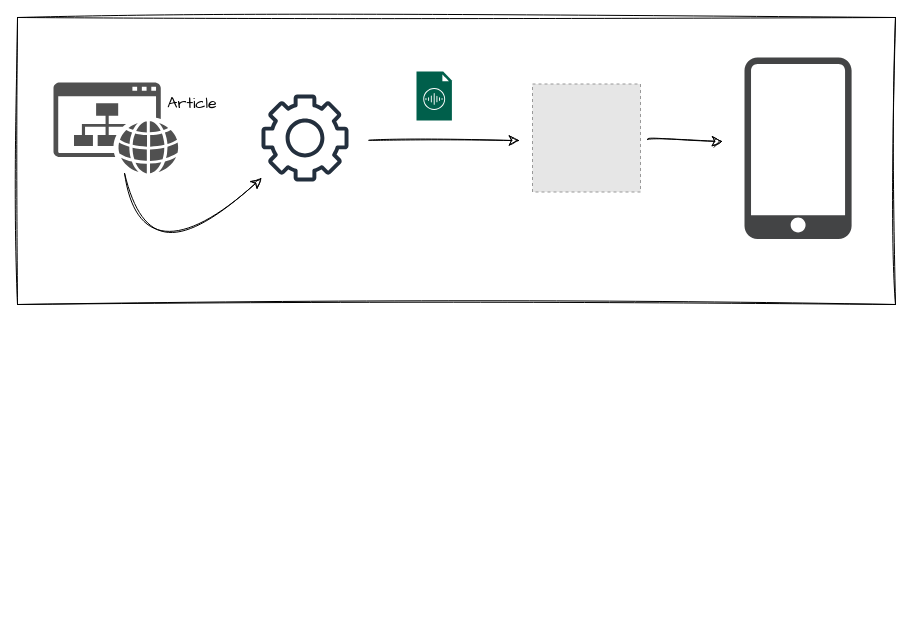
Before: Untitled Diagram.drawio in dhruvbaldawa/diagrams, a draw.io diagram. Source tidied: cells renumbered, new cells numbered last; positions are measured from the earlier drawing's top-left corner, leaving out a move shared by most shapes. Both pictures are drawn from the tidied source at 100%, with x=0, y=0 at pixel (17, 17). Pictures stored in the file or linked from it are replaced by grey dashed boxes.
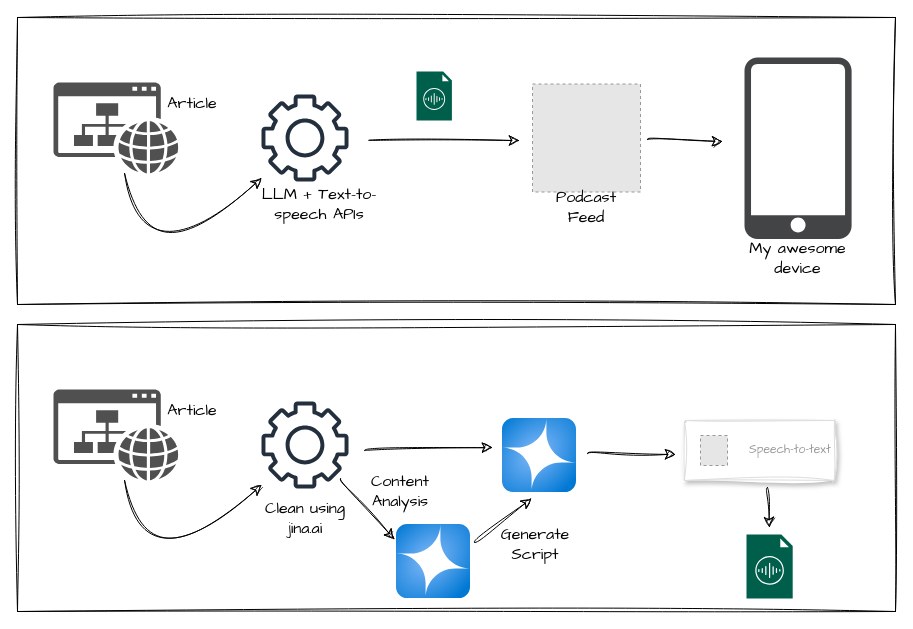
After the change.

What changed in the source:
```diff
@@
+    <mxCell id="12" value="LLM + Text-to-speech APIs" style="text;html=1;align=center;verticalAlign=middle;whiteSpace=wrap;rounded=0;fontSize=16;fontFamily=Architects Daughter;" parent="1" vertex="1">
+      <mxGeometry x="229" y="172" width="146" height="30" as="geometry" />
+    </mxCell>
+    <mxCell id="13" value="Podcast Feed" style="text;html=1;align=center;verticalAlign=middle;whiteSpace=wrap;rounded=0;fontSize=16;fontFamily=Architects Daughter;" parent="1" vertex="1">
+      <mxGeometry x="539" y="174.5" width="60" height="30" as="geometry" />
+    </mxCell>
+    <mxCell id="14" value="My awesome device" style="text;html=1;align=center;verticalAlign=middle;whiteSpace=wrap;rounded=0;fontSize=16;fontFamily=Architects Daughter;" parent="1" vertex="1">
+      <mxGeometry x="716" y="226" width="129" height="30" as="geometry" />
+    </mxCell>
+    <mxCell id="15" style="rounded=0;whiteSpace=wrap;html=1;sketch=1;hachureGap=4;jiggle=2;curveFitting=1;fontFamily=Architects Daughter;" parent="1" vertex="1">
+      <mxGeometry y="307" width="878" height="287" as="geometry" />
+    </mxCell>
+    <mxCell id="16" style="sketch=0;shadow=0;dashed=0;html=1;strokeColor=none;fillColor=#505050;labelPosition=center;verticalLabelPosition=bottom;verticalAlign=top;outlineConnect=0;align=center;shape=mxgraph.office.concepts.website;hachureGap=4;jiggle=2;curveFitting=1;fontFamily=Architects Daughter;" parent="1" vertex="1">
+      <mxGeometry x="36" y="372" width="125" height="91" as="geometry" />
+    </mxCell>
+    <mxCell id="17" value="Article" style="text;html=1;align=center;verticalAlign=middle;whiteSpace=wrap;rounded=0;fontSize=16;fontFamily=Architects Daughter;" parent="1" vertex="1">
+      <mxGeometry x="145" y="378" width="60" height="30" as="geometry" />
+    </mxCell>
+    <mxCell id="18" style="sketch=0;outlineConnect=0;fontColor=#232F3E;gradientColor=none;fillColor=#232F3D;strokeColor=none;dashed=0;verticalLabelPosition=bottom;verticalAlign=top;align=center;html=1;fontSize=12;fontStyle=0;shape=mxgraph.aws4.gear;hachureGap=4;jiggle=2;curveFitting=1;fontFamily=Architects Daughter;" parent="1" vertex="1">
+      <mxGeometry x="244" y="384" width="87" height="87" as="geometry" />
+    </mxCell>
+    <mxCell id="19" style="curved=1;endArrow=classic;html=1;rounded=0;sketch=1;hachureGap=4;jiggle=2;curveFitting=1;fontFamily=Architects Daughter;fontSize=12;startSize=8;endSize=8;" parent="1" edge="1" source="16" target="18">
+      <mxGeometry relative="1" as="geometry">
+        <Array as="points">
+          <mxPoint x="128" y="574" />
+        </Array>
+      </mxGeometry>
+    </mxCell>
+    <mxCell id="20" style="endArrow=classic;html=1;rounded=0;sketch=1;hachureGap=4;jiggle=2;curveFitting=1;fontFamily=Architects Daughter;fontSize=12;startSize=8;endSize=8;curved=1;" parent="1" edge="1">
+      <mxGeometry relative="1" as="geometry">
+        <mxPoint x="323" y="461" as="sourcePoint" />
+        <mxPoint x="377" y="522" as="targetPoint" />
+      </mxGeometry>
+    </mxCell>
+    <mxCell id="21" value="Clean using jina.ai" style="text;html=1;align=center;verticalAlign=middle;whiteSpace=wrap;rounded=0;fontSize=16;fontFamily=Architects Daughter;" parent="1" vertex="1">
+      <mxGeometry x="229" y="479" width="118" height="43" as="geometry" />
+    </mxCell>
+    <mxCell id="22" style="image;html=1;align=center;fontSize=12;image=img/lib/azure2/ai_machine_learning/Azure_OpenAI.svg;sketch=1;hachureGap=4;jiggle=2;curveFitting=1;fontFamily=Architects Daughter;" parent="1" vertex="1">
+      <mxGeometry x="379" y="507" width="74" height="74" as="geometry" />
+    </mxCell>
+    <mxCell id="23" value="Content Analysis" style="text;html=1;align=center;verticalAlign=middle;whiteSpace=wrap;rounded=0;fontSize=16;fontFamily=Architects Daughter;" parent="1" vertex="1">
+      <mxGeometry x="353" y="459" width="60" height="30" as="geometry" />
+    </mxCell>
+    <mxCell id="24" style="image;html=1;align=center;fontSize=12;image=img/lib/azure2/ai_machine_learning/Azure_OpenAI.svg;sketch=1;hachureGap=4;jiggle=2;curveFitting=1;fontFamily=Architects Daughter;" parent="1" vertex="1">
+      <mxGeometry x="485" y="401" width="74" height="74" as="geometry" />
+    </mxCell>
+    <mxCell id="25" style="endArrow=classic;html=1;rounded=0;sketch=1;hachureGap=4;jiggle=2;curveFitting=1;fontFamily=Architects Daughter;fontSize=12;startSize=8;endSize=8;curved=1;" parent="1" edge="1">
+      <mxGeometry relative="1" as="geometry">
+        <mxPoint x="570" y="436" as="sourcePoint" />
+        <mxPoint x="658" y="437" as="targetPoint" />
+      </mxGeometry>
+    </mxCell>
+    <mxCell id="26" style="curved=1;endArrow=classic;html=1;rounded=0;sketch=1;hachureGap=4;jiggle=2;curveFitting=1;fontFamily=Architects Daughter;fontSize=12;startSize=8;endSize=8;" parent="1" edge="1">
+      <mxGeometry relative="1" as="geometry">
+        <mxPoint x="347" y="433" as="sourcePoint" />
+        <mxPoint x="475" y="430" as="targetPoint" />
+      </mxGeometry>
+    </mxCell>
+    <mxCell id="27" style="strokeColor=#dddddd;shadow=1;strokeWidth=1;rounded=1;absoluteArcSize=1;arcSize=2;sketch=1;hachureGap=4;jiggle=2;curveFitting=1;fontFamily=Architects Daughter;" parent="1" vertex="1">
+      <mxGeometry x="667" y="403" width="150" height="60" as="geometry" />
+    </mxCell>
+    <mxCell id="28" value="Speech-to-text" style="fillColor=#E6E6E6;strokeColor=#999999;dashed=1;html=1;fontColor=#999999;verticalLabelPosition=middle;verticalAlign=middle;labelPosition=right;align=left;spacingLeft=20;fontFamily=Architects Daughter;" parent="27" vertex="1">
+      <mxGeometry width="27" height="30" relative="1" as="geometry">
+        <mxPoint x="16" y="15" as="offset" />
+      </mxGeometry>
+    </mxCell>
+    <mxCell id="29" style="endArrow=classic;html=1;rounded=0;sketch=1;hachureGap=4;jiggle=2;curveFitting=1;fontFamily=Architects Daughter;fontSize=12;startSize=8;endSize=8;curved=1;" parent="1" edge="1">
+      <mxGeometry relative="1" as="geometry">
+        <mxPoint x="457" y="525" as="sourcePoint" />
+        <mxPoint x="514" y="481" as="targetPoint" />
+      </mxGeometry>
+    </mxCell>
+    <mxCell id="30" value="Generate Script" style="text;html=1;align=center;verticalAlign=middle;whiteSpace=wrap;rounded=0;fontSize=16;fontFamily=Architects Daughter;" parent="1" vertex="1">
+      <mxGeometry x="488" y="512" width="60" height="30" as="geometry" />
+    </mxCell>
+    <mxCell id="31" style="sketch=0;shadow=0;dashed=0;html=1;strokeColor=none;fillColor=#005F4B;labelPosition=center;verticalLabelPosition=bottom;verticalAlign=top;align=center;shape=mxgraph.veeam2.audio_file;hachureGap=4;jiggle=2;curveFitting=1;fontFamily=Architects Daughter;" parent="1" vertex="1">
+      <mxGeometry x="729" y="517" width="46.2" height="64" as="geometry" />
+    </mxCell>
+    <mxCell id="32" style="endArrow=classic;html=1;rounded=0;sketch=1;hachureGap=4;jiggle=2;curveFitting=1;fontFamily=Architects Daughter;fontSize=12;startSize=8;endSize=8;curved=1;" parent="1" edge="1">
+      <mxGeometry relative="1" as="geometry">
+        <mxPoint x="750" y="470" as="sourcePoint" />
+        <mxPoint x="752" y="510" as="targetPoint" />
+      </mxGeometry>
+    </mxCell>
```
